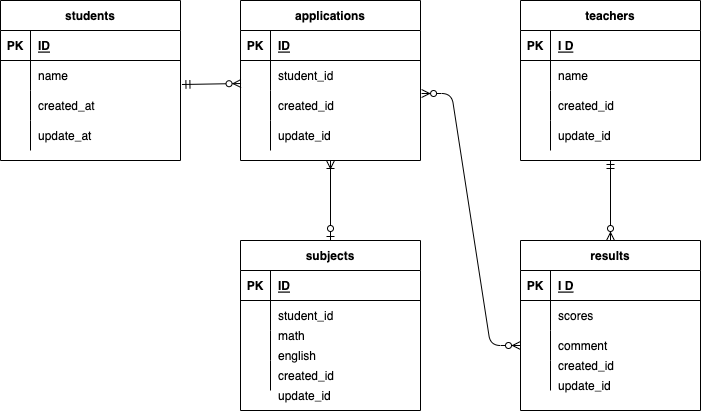
Before: index.drawio.png, a diagram exported from draw.io (FukumuraTakayuki/20221019ERtest). Source tidied: cells renumbered, new cells last; positions are measured from the earlier drawing's top-left corner, leaving out a move shared by most shapes.
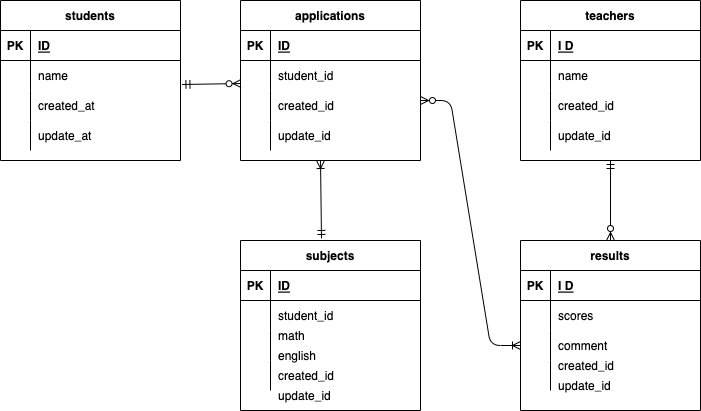
Above is the later version.

Diff of the diagram source:
```diff
@@ -221,11 +221,15 @@
     <mxCell id="74" value="math" style="shape=partialRectangle;fillColor=none;top=0;left=0;bottom=0;right=0;align=left;spacingLeft=6;overflow=hidden;" parent="1" vertex="1">
       <mxGeometry x="270" y="320" width="150" height="30" as="geometry" />
     </mxCell>
-    <mxCell id="75" style="fontSize=12;html=1;endArrow=ERoneToMany;startArrow=ERzeroToOne;entryX=0.5;entryY=1;entryDx=0;entryDy=0;exitX=0.5;exitY=0;exitDx=0;exitDy=0;" parent="1" edge="1" source="28" target="15">
-      <mxGeometry relative="1" as="geometry" />
-    </mxCell>
-    <mxCell id="76" style="edgeStyle=entityRelationEdgeStyle;fontSize=12;html=1;endArrow=ERzeroToMany;endFill=1;startArrow=ERzeroToMany;exitX=1.006;exitY=0.1;exitDx=0;exitDy=0;exitPerimeter=0;entryX=0;entryY=0.5;entryDx=0;entryDy=0;" parent="1" edge="1" source="22" target="48">
-      <mxGeometry relative="1" as="geometry" />
-    </mxCell>
+    <mxCell id="77" style="fontSize=12;html=1;endArrow=ERoneToMany;startArrow=ERmandOne;exitX=0.45;exitY=-0.012;exitDx=0;exitDy=0;exitPerimeter=0;" parent="1" edge="1" source="28">
+      <mxGeometry relative="1" as="geometry">
+        <mxPoint x="320" y="160" as="targetPoint" />
+      </mxGeometry>
+    </mxCell>
+    <mxCell id="78" style="edgeStyle=entityRelationEdgeStyle;fontSize=12;html=1;endArrow=ERoneToMany;startArrow=ERzeroToMany;entryX=0;entryY=0.5;entryDx=0;entryDy=0;" parent="1" edge="1" target="48">
+      <mxGeometry relative="1" as="geometry">
+        <mxPoint x="420" y="100" as="sourcePoint" />
+      </mxGeometry>
+    </mxCell>
   </root>
 </mxGraphModel>
```
